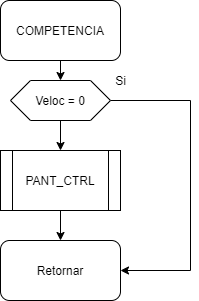
Before: PF/COMPETENCIA.png, a diagram exported from draw.io (robz25/Microprocesadores). Source tidied: cells renumbered, new cells last; positions are measured from the earlier drawing's top-left corner, leaving out a move shared by most shapes.
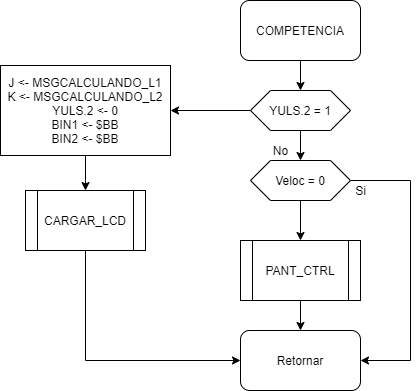
After the change.

What changed in the source:
```diff
@@ -2,37 +2,61 @@
   <root>
     <mxCell id="0" />
     <mxCell id="1" parent="0" />
-    <mxCell id="2" style="edgeStyle=orthogonalEdgeStyle;rounded=0;jettySize=auto;html=1;exitX=0.5;exitY=1;exitDx=0;exitDy=0;entryX=0.5;entryY=0;entryDx=0;entryDy=0;" parent="1" edge="1" source="3" target="6">
-      <mxGeometry relative="1" as="geometry" />
-    </mxCell>
+    <mxCell id="11" style="edgeStyle=orthogonalEdgeStyle;rounded=0;jettySize=auto;html=1;exitX=0.5;exitY=1;exitDx=0;exitDy=0;entryX=0.5;entryY=0;entryDx=0;entryDy=0;" parent="1" edge="1" source="3" target="14">
+      <mxGeometry relative="1" as="geometry" />
+    </mxCell>
     <mxCell id="3" value="COMPETENCIA" style="rounded=1;whiteSpace=wrap;html=1;" parent="1" vertex="1">
       <mxGeometry width="120" height="60" as="geometry" />
     </mxCell>
+    <mxCell id="5" style="edgeStyle=orthogonalEdgeStyle;rounded=0;jettySize=auto;html=1;exitX=0.5;exitY=1;exitDx=0;exitDy=0;entryX=0.5;entryY=0;entryDx=0;entryDy=0;" parent="1" edge="1" source="6" target="9">
+      <mxGeometry relative="1" as="geometry" />
+    </mxCell>
     <mxCell id="4" style="edgeStyle=orthogonalEdgeStyle;rounded=0;jettySize=auto;html=1;exitX=1;exitY=0.5;exitDx=0;exitDy=0;entryX=1;entryY=0.5;entryDx=0;entryDy=0;" parent="1" edge="1" source="6" target="10">
       <mxGeometry relative="1" as="geometry">
         <Array as="points">
-          <mxPoint x="190" y="100" />
-          <mxPoint x="190" y="270" />
+          <mxPoint x="170" y="180" />
+          <mxPoint x="170" y="360" />
         </Array>
       </mxGeometry>
     </mxCell>
-    <mxCell id="5" style="edgeStyle=orthogonalEdgeStyle;rounded=0;jettySize=auto;html=1;exitX=0.5;exitY=1;exitDx=0;exitDy=0;entryX=0.5;entryY=0;entryDx=0;entryDy=0;" parent="1" edge="1" source="6" target="9">
-      <mxGeometry relative="1" as="geometry" />
-    </mxCell>
     <mxCell id="6" value="Veloc = 0" style="shape=hexagon;perimeter=hexagonPerimeter2;whiteSpace=wrap;html=1;fixedSize=1;" parent="1" vertex="1">
-      <mxGeometry x="10" y="80" width="100" height="40" as="geometry" />
+      <mxGeometry x="10" y="160" width="100" height="40" as="geometry" />
     </mxCell>
-    <mxCell id="7" value="Si" style="text;html=1;align=center;verticalAlign=middle;" parent="1" vertex="1">
-      <mxGeometry x="105" y="70" width="30" height="20" as="geometry" />
-    </mxCell>
     <mxCell id="8" style="edgeStyle=orthogonalEdgeStyle;rounded=0;jettySize=auto;html=1;exitX=0.5;exitY=1;exitDx=0;exitDy=0;entryX=0.5;entryY=0;entryDx=0;entryDy=0;" parent="1" edge="1" source="9" target="10">
       <mxGeometry relative="1" as="geometry" />
     </mxCell>
     <mxCell id="9" value="PANT_CTRL" style="shape=process;whiteSpace=wrap;html=1;backgroundOutline=1;" parent="1" vertex="1">
-      <mxGeometry y="150" width="120" height="60" as="geometry" />
+      <mxGeometry y="240" width="120" height="60" as="geometry" />
     </mxCell>
     <mxCell id="10" value="Retornar" style="rounded=1;whiteSpace=wrap;html=1;" parent="1" vertex="1">
-      <mxGeometry y="240" width="120" height="60" as="geometry" />
+      <mxGeometry y="330" width="120" height="60" as="geometry" />
     </mxCell>
+    <mxCell id="12" style="edgeStyle=orthogonalEdgeStyle;rounded=0;jettySize=auto;html=1;exitX=0.5;exitY=1;exitDx=0;exitDy=0;entryX=0.5;entryY=0;entryDx=0;entryDy=0;" parent="1" edge="1" source="14" target="6">
+      <mxGeometry relative="1" as="geometry" />
+    </mxCell>
+    <mxCell id="13" style="edgeStyle=orthogonalEdgeStyle;rounded=0;jettySize=auto;html=1;exitX=0;exitY=0.5;exitDx=0;exitDy=0;" parent="1" edge="1" source="14" target="17">
+      <mxGeometry relative="1" as="geometry" />
+    </mxCell>
+    <mxCell id="14" value="YULS.2 = 1" style="shape=hexagon;perimeter=hexagonPerimeter2;whiteSpace=wrap;html=1;fixedSize=1;" parent="1" vertex="1">
+      <mxGeometry x="10" y="90" width="100" height="40" as="geometry" />
+    </mxCell>
+    <mxCell id="15" value="No" style="text;html=1;align=center;verticalAlign=middle;" parent="1" vertex="1">
+      <mxGeometry x="25" y="140" width="30" height="20" as="geometry" />
+    </mxCell>
+    <mxCell id="16" style="edgeStyle=orthogonalEdgeStyle;rounded=0;jettySize=auto;html=1;exitX=0.5;exitY=1;exitDx=0;exitDy=0;entryX=0.5;entryY=0;entryDx=0;entryDy=0;" parent="1" edge="1" source="17" target="19">
+      <mxGeometry relative="1" as="geometry" />
+    </mxCell>
+    <mxCell id="17" value="J &amp;lt;- MSGCALCULANDO_L1&lt;br&gt;K &amp;lt;- MSGCALCULANDO_L2&lt;br&gt;YULS.2 &amp;lt;- 0&lt;br&gt;BIN1 &amp;lt;- $BB&lt;br&gt;BIN2 &amp;lt;- $BB" style="rounded=0;whiteSpace=wrap;html=1;" parent="1" vertex="1">
+      <mxGeometry x="-240" y="65" width="170" height="90" as="geometry" />
+    </mxCell>
+    <mxCell id="18" style="edgeStyle=orthogonalEdgeStyle;rounded=0;jettySize=auto;html=1;exitX=0.5;exitY=1;exitDx=0;exitDy=0;entryX=0;entryY=0.5;entryDx=0;entryDy=0;" parent="1" edge="1" source="19" target="10">
+      <mxGeometry relative="1" as="geometry" />
+    </mxCell>
+    <mxCell id="19" value="CARGAR_LCD" style="shape=process;whiteSpace=wrap;html=1;backgroundOutline=1;" parent="1" vertex="1">
+      <mxGeometry x="-215" y="190" width="120" height="60" as="geometry" />
+    </mxCell>
+    <mxCell id="7" value="Si" style="text;html=1;align=center;verticalAlign=middle;" parent="1" vertex="1">
+      <mxGeometry x="105" y="180" width="30" height="20" as="geometry" />
+    </mxCell>
   </root>
 </mxGraphModel>
```
